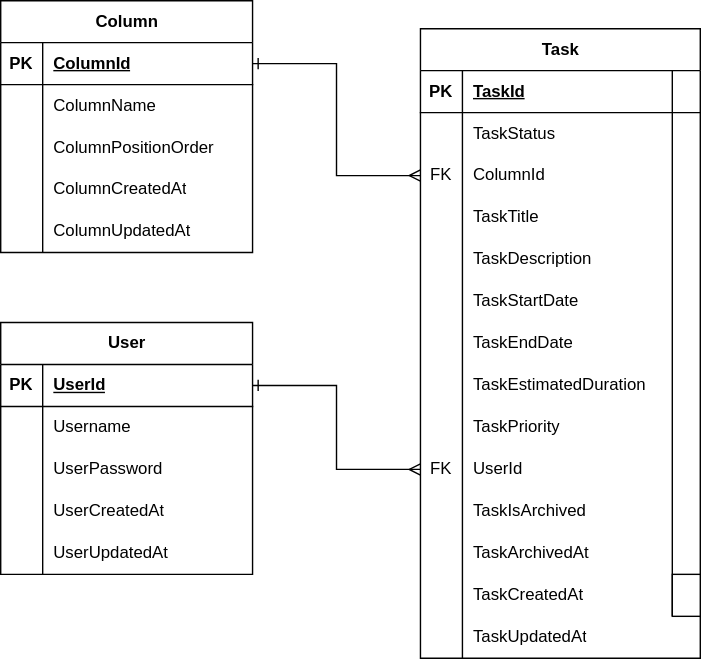
The draw.io diagram ERD.svg in josipzunic/Internship-13-Task-Managment, before a commit. Source tidied: cells renumbered, new cells last; positions are measured from the earlier drawing's top-left corner, leaving out a move shared by most shapes.
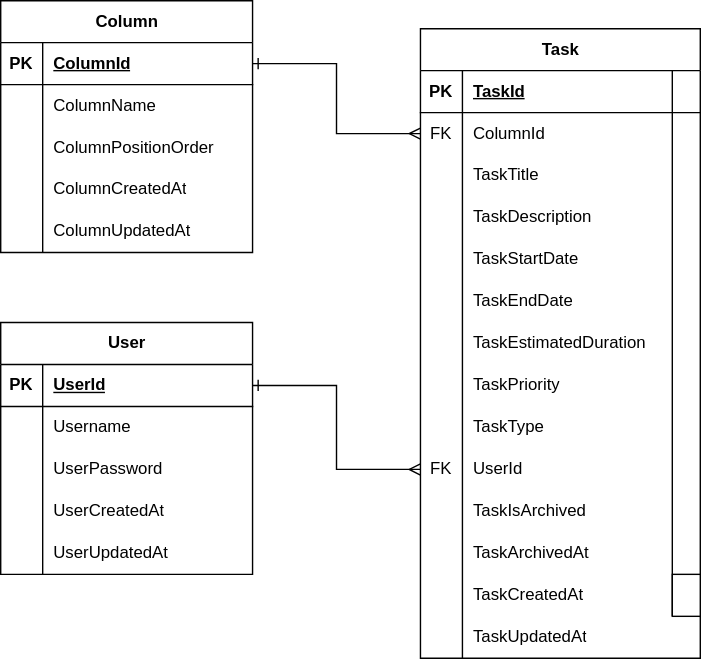
The same file after the commit.

Commit message:
Update ER Diagram, foreign key column id replaces task status and not task type

Diff of the diagram source:
```diff
@@ -14,17 +14,8 @@
     <mxCell id="5" value="TaskId" style="shape=partialRectangle;fillColor=none;top=0;left=0;bottom=0;right=0;align=left;spacingLeft=6;fontStyle=5;overflow=hidden;whiteSpace=wrap;html=1;" parent="3" vertex="1">
       <mxGeometry x="30" width="170" height="30" as="geometry" />
     </mxCell>
-    <mxCell id="6" style="shape=tableRow;horizontal=0;startSize=0;swimlaneHead=0;swimlaneBody=0;fillColor=none;top=0;left=0;right=0;bottom=0;" parent="2" vertex="1">
-      <mxGeometry y="60" width="200" height="30" as="geometry" />
-    </mxCell>
-    <mxCell id="7" style="shape=partialRectangle;fillColor=none;top=0;left=0;bottom=0;right=0;overflow=hidden;whiteSpace=wrap;html=1;" parent="6" vertex="1">
-      <mxGeometry width="30" height="30" as="geometry" />
-    </mxCell>
-    <mxCell id="8" value="TaskStatus" style="shape=partialRectangle;fillColor=none;top=0;left=0;bottom=0;right=0;align=left;spacingLeft=6;overflow=hidden;whiteSpace=wrap;html=1;" parent="6" vertex="1">
-      <mxGeometry x="30" width="170" height="30" as="geometry" />
-    </mxCell>
     <mxCell id="9" style="shape=tableRow;horizontal=0;startSize=0;swimlaneHead=0;swimlaneBody=0;fillColor=none;points=[[0,0.5],[1,0.5]];portConstraint=eastwest;top=0;left=0;right=0;bottom=0;" parent="2" vertex="1">
-      <mxGeometry y="90" width="200" height="30" as="geometry" />
+      <mxGeometry y="60" width="200" height="30" as="geometry" />
     </mxCell>
     <mxCell id="10" value="FK" style="shape=partialRectangle;fillColor=none;top=0;left=0;bottom=0;right=0;overflow=hidden;whiteSpace=wrap;html=1;" parent="9" vertex="1">
       <mxGeometry width="30" height="30" as="geometry" />
@@ -33,7 +24,7 @@
       <mxGeometry x="30" width="170" height="30" as="geometry" />
     </mxCell>
     <mxCell id="12" style="shape=tableRow;horizontal=0;startSize=0;swimlaneHead=0;swimlaneBody=0;fillColor=none;top=0;left=0;right=0;bottom=0;" parent="2" vertex="1">
-      <mxGeometry y="120" width="200" height="30" as="geometry" />
+      <mxGeometry y="90" width="200" height="30" as="geometry" />
     </mxCell>
     <mxCell id="13" style="shape=partialRectangle;fillColor=none;top=0;left=0;bottom=0;right=0;overflow=hidden;whiteSpace=wrap;html=1;" parent="12" vertex="1">
       <mxGeometry width="30" height="30" as="geometry" />
@@ -42,7 +33,7 @@
       <mxGeometry x="30" width="170" height="30" as="geometry" />
     </mxCell>
     <mxCell id="15" style="shape=tableRow;horizontal=0;startSize=0;swimlaneHead=0;swimlaneBody=0;fillColor=none;top=0;left=0;right=0;bottom=0;" parent="2" vertex="1">
-      <mxGeometry y="150" width="200" height="30" as="geometry" />
+      <mxGeometry y="120" width="200" height="30" as="geometry" />
     </mxCell>
     <mxCell id="16" style="shape=partialRectangle;fillColor=none;top=0;left=0;bottom=0;right=0;overflow=hidden;whiteSpace=wrap;html=1;" parent="15" vertex="1">
       <mxGeometry width="30" height="30" as="geometry" />
@@ -51,7 +42,7 @@
       <mxGeometry x="30" width="170" height="30" as="geometry" />
     </mxCell>
     <mxCell id="18" style="shape=tableRow;horizontal=0;startSize=0;swimlaneHead=0;swimlaneBody=0;fillColor=none;top=0;left=0;right=0;bottom=0;" parent="2" vertex="1">
-      <mxGeometry y="180" width="200" height="30" as="geometry" />
+      <mxGeometry y="150" width="200" height="30" as="geometry" />
     </mxCell>
     <mxCell id="19" style="shape=partialRectangle;fillColor=none;top=0;left=0;bottom=0;right=0;overflow=hidden;whiteSpace=wrap;html=1;" parent="18" vertex="1">
       <mxGeometry width="30" height="30" as="geometry" />
@@ -60,7 +51,7 @@
       <mxGeometry x="30" width="170" height="30" as="geometry" />
     </mxCell>
     <mxCell id="21" style="shape=tableRow;horizontal=0;startSize=0;swimlaneHead=0;swimlaneBody=0;fillColor=none;top=0;left=0;right=0;bottom=0;" parent="2" vertex="1">
-      <mxGeometry y="210" width="200" height="30" as="geometry" />
+      <mxGeometry y="180" width="200" height="30" as="geometry" />
     </mxCell>
     <mxCell id="22" style="shape=partialRectangle;fillColor=none;top=0;left=0;bottom=0;right=0;overflow=hidden;whiteSpace=wrap;html=1;" parent="21" vertex="1">
       <mxGeometry width="30" height="30" as="geometry" />
@@ -69,7 +60,7 @@
       <mxGeometry x="30" width="170" height="30" as="geometry" />
     </mxCell>
     <mxCell id="24" style="shape=tableRow;horizontal=0;startSize=0;swimlaneHead=0;swimlaneBody=0;fillColor=none;top=0;left=0;right=0;bottom=0;" parent="2" vertex="1">
-      <mxGeometry y="240" width="200" height="30" as="geometry" />
+      <mxGeometry y="210" width="200" height="30" as="geometry" />
     </mxCell>
     <mxCell id="25" style="shape=partialRectangle;fillColor=none;top=0;left=0;bottom=0;right=0;overflow=hidden;whiteSpace=wrap;html=1;" parent="24" vertex="1">
       <mxGeometry width="30" height="30" as="geometry" />
@@ -78,7 +69,7 @@
       <mxGeometry x="30" width="170" height="30" as="geometry" />
     </mxCell>
     <mxCell id="27" style="shape=tableRow;horizontal=0;startSize=0;swimlaneHead=0;swimlaneBody=0;fillColor=none;top=0;left=0;right=0;bottom=0;" parent="2" vertex="1">
-      <mxGeometry y="270" width="200" height="30" as="geometry" />
+      <mxGeometry y="240" width="200" height="30" as="geometry" />
     </mxCell>
     <mxCell id="28" style="shape=partialRectangle;fillColor=none;top=0;left=0;bottom=0;right=0;overflow=hidden;whiteSpace=wrap;html=1;" parent="27" vertex="1">
       <mxGeometry width="30" height="30" as="geometry" />
@@ -86,6 +77,15 @@
     <mxCell id="29" value="TaskPriority" style="shape=partialRectangle;fillColor=none;top=0;left=0;bottom=0;right=0;align=left;spacingLeft=6;overflow=hidden;whiteSpace=wrap;html=1;" parent="27" vertex="1">
       <mxGeometry x="30" width="170" height="30" as="geometry" />
     </mxCell>
+    <mxCell id="80" style="shape=tableRow;horizontal=0;startSize=0;swimlaneHead=0;swimlaneBody=0;fillColor=none;top=0;left=0;right=0;bottom=0;" parent="2" vertex="1">
+      <mxGeometry y="270" width="200" height="30" as="geometry" />
+    </mxCell>
+    <mxCell id="7" style="shape=partialRectangle;fillColor=none;top=0;left=0;bottom=0;right=0;overflow=hidden;whiteSpace=wrap;html=1;" parent="80" vertex="1">
+      <mxGeometry width="30" height="30" as="geometry" />
+    </mxCell>
+    <mxCell id="81" value="&lt;div&gt;TaskType&lt;/div&gt;" style="shape=partialRectangle;fillColor=none;top=0;left=0;bottom=0;right=0;align=left;spacingLeft=6;overflow=hidden;whiteSpace=wrap;html=1;" parent="80" vertex="1">
+      <mxGeometry x="30" width="170" height="30" as="geometry" />
+    </mxCell>
     <mxCell id="30" style="shape=tableRow;horizontal=0;startSize=0;swimlaneHead=0;swimlaneBody=0;fillColor=none;points=[[0,0.5],[1,0.5]];portConstraint=eastwest;top=0;left=0;right=0;bottom=0;" parent="2" vertex="1">
       <mxGeometry y="300" width="200" height="30" as="geometry" />
     </mxCell>
```
